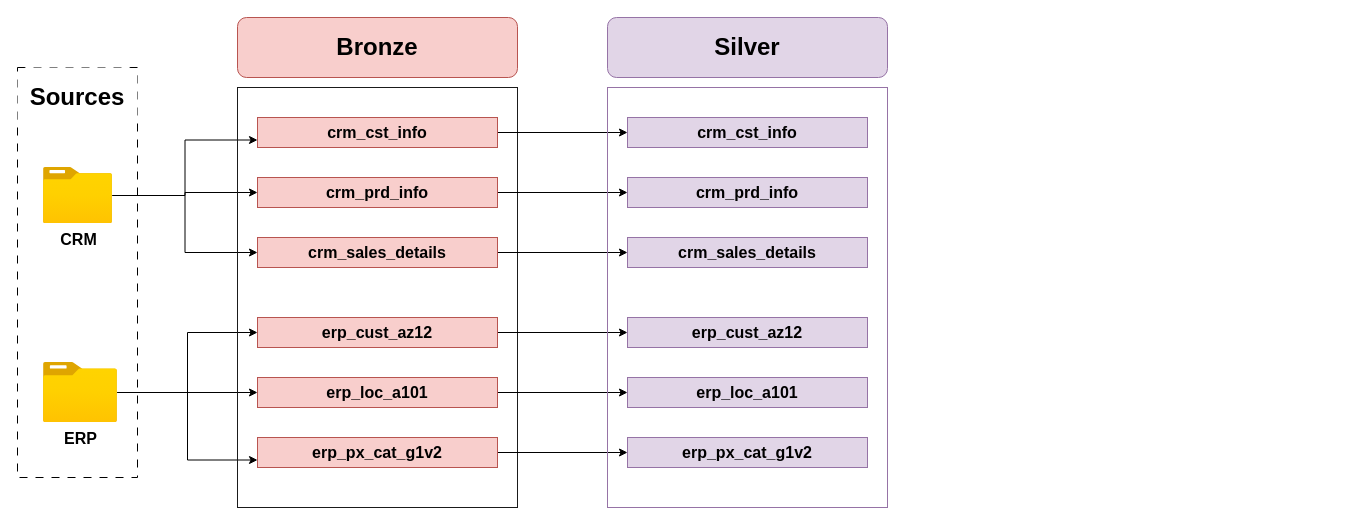
Above: Docs/Dataflow architecture.drawio in Rajshah296/SQL-Data-Warehouse-Project-Tutorial-By-Baraa (draw.io), before the change. Source tidied: cells renumbered, new cells numbered last; positions are measured from the earlier drawing's top-left corner, leaving out a move shared by most shapes. Both pictures are drawn from the tidied source at 100%, with x=0, y=0 at pixel (17, 17).
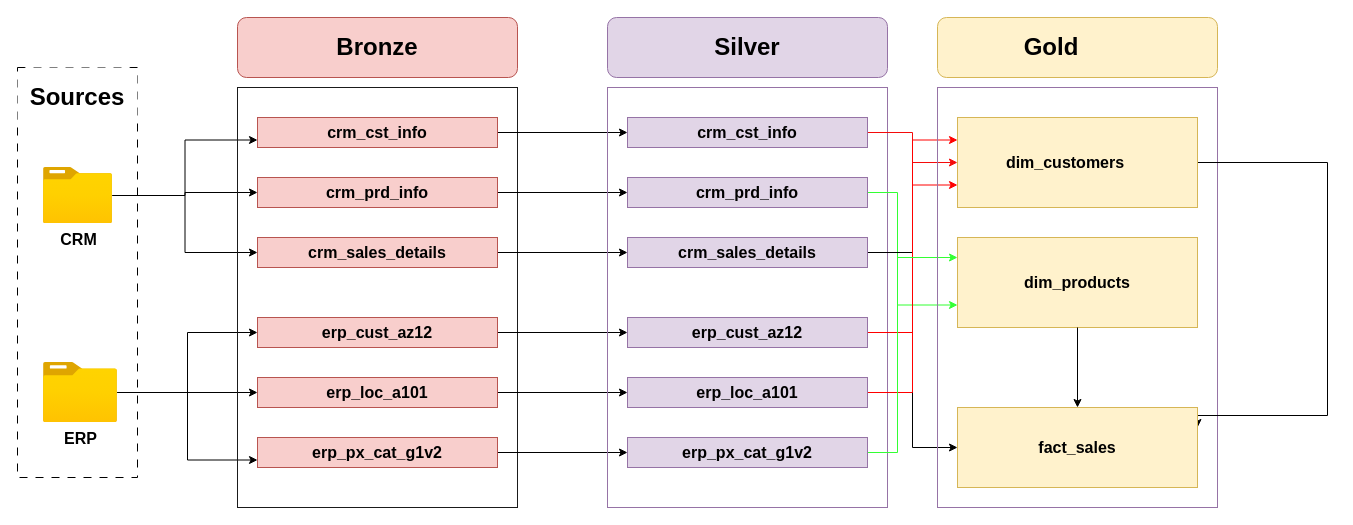
Above is the later version.

Commit message (it also covers changes not shown here):
scripts - created the gold layer views, docs - finalized the data model, created the data catalog, tests - performed data quality checks for the gold layer.

Unchanged cells that the change refers to:
```xml
<mxCell id="28" value="&lt;b&gt;&lt;font style=&quot;font-size: 16px;&quot;&gt;crm_cst_info&lt;/font&gt;&lt;/b&gt;" style="rounded=0;whiteSpace=wrap;html=1;fillColor=#e1d5e7;strokeColor=#9673a6;" parent="1" vertex="1">
  <mxGeometry x="610" y="100" width="240" height="30" as="geometry" />
</mxCell>
<mxCell id="29" value="&lt;b&gt;&lt;font style=&quot;font-size: 16px;&quot;&gt;crm_prd_info&lt;/font&gt;&lt;/b&gt;" style="rounded=0;whiteSpace=wrap;html=1;fillColor=#e1d5e7;strokeColor=#9673a6;" parent="1" vertex="1">
  <mxGeometry x="610" y="160" width="240" height="30" as="geometry" />
</mxCell>
<mxCell id="30" value="&lt;b&gt;&lt;font style=&quot;font-size: 16px;&quot;&gt;crm_sales_details&lt;/font&gt;&lt;/b&gt;" style="rounded=0;whiteSpace=wrap;html=1;fillColor=#e1d5e7;strokeColor=#9673a6;" parent="1" vertex="1">
  <mxGeometry x="610" y="220" width="240" height="30" as="geometry" />
</mxCell>
<mxCell id="31" value="&lt;b&gt;&lt;font style=&quot;font-size: 16px;&quot;&gt;erp_cust_az12&lt;/font&gt;&lt;/b&gt;" style="rounded=0;whiteSpace=wrap;html=1;fillColor=#e1d5e7;strokeColor=#9673a6;" parent="1" vertex="1">
  <mxGeometry x="610" y="300" width="240" height="30" as="geometry" />
</mxCell>
<mxCell id="32" value="&lt;b&gt;&lt;font style=&quot;font-size: 16px;&quot;&gt;erp_loc_a101&lt;/font&gt;&lt;/b&gt;" style="rounded=0;whiteSpace=wrap;html=1;fillColor=#e1d5e7;strokeColor=#9673a6;" parent="1" vertex="1">
  <mxGeometry x="610" y="360" width="240" height="30" as="geometry" />
</mxCell>
<mxCell id="33" value="&lt;b&gt;&lt;font style=&quot;font-size: 16px;&quot;&gt;erp_px_cat_g1v2&lt;/font&gt;&lt;/b&gt;" style="rounded=0;whiteSpace=wrap;html=1;fillColor=#e1d5e7;strokeColor=#9673a6;" parent="1" vertex="1">
  <mxGeometry x="610" y="420" width="240" height="30" as="geometry" />
</mxCell>
```

Change to the diagram source:
```diff
@@
+    <mxCell id="34" style="edgeStyle=orthogonalEdgeStyle;rounded=0;jettySize=auto;html=1;entryX=0;entryY=0.5;entryDx=0;entryDy=0;strokeColor=light-dark(#f40b0b, #ededed);" parent="1" edge="1" source="28" target="43">
+      <mxGeometry relative="1" as="geometry" />
+    </mxCell>
@@
+    <mxCell id="35" style="edgeStyle=orthogonalEdgeStyle;rounded=0;jettySize=auto;html=1;entryX=0;entryY=0.75;entryDx=0;entryDy=0;strokeColor=#33FF33;" parent="1" edge="1" source="29" target="45">
+      <mxGeometry relative="1" as="geometry">
+        <Array as="points">
+          <mxPoint x="880" y="175" />
+          <mxPoint x="880" y="288" />
+        </Array>
+      </mxGeometry>
+    </mxCell>
@@
+    <mxCell id="36" style="edgeStyle=orthogonalEdgeStyle;rounded=0;jettySize=auto;html=1;entryX=0;entryY=0.5;entryDx=0;entryDy=0;" parent="1" edge="1" source="30" target="44">
+      <mxGeometry relative="1" as="geometry" />
+    </mxCell>
@@
+    <mxCell id="37" style="edgeStyle=orthogonalEdgeStyle;rounded=0;jettySize=auto;html=1;entryX=0;entryY=0.75;entryDx=0;entryDy=0;strokeColor=#FF0000;" parent="1" edge="1" source="31" target="43">
+      <mxGeometry relative="1" as="geometry" />
+    </mxCell>
@@
+    <mxCell id="38" style="edgeStyle=orthogonalEdgeStyle;rounded=0;jettySize=auto;html=1;entryX=0;entryY=0.25;entryDx=0;entryDy=0;strokeColor=#FF0000;" parent="1" edge="1" source="32" target="43">
+      <mxGeometry relative="1" as="geometry" />
+    </mxCell>
@@
+    <mxCell id="39" style="edgeStyle=orthogonalEdgeStyle;rounded=0;jettySize=auto;html=1;strokeColor=#33FF33;" parent="1" edge="1" source="33">
+      <mxGeometry relative="1" as="geometry">
+        <mxPoint x="940" y="240" as="targetPoint" />
+        <Array as="points">
+          <mxPoint x="880" y="435" />
+          <mxPoint x="880" y="240" />
+        </Array>
+      </mxGeometry>
+    </mxCell>
@@
+    <mxCell id="40" style="rounded=0;whiteSpace=wrap;html=1;strokeColor=#9673a6;fillColor=none;" parent="1" vertex="1">
+      <mxGeometry x="920" y="70" width="280" height="420" as="geometry" />
+    </mxCell>
+    <mxCell id="41" value="&lt;b&gt;&lt;font style=&quot;font-size: 24px;&quot;&gt;Gold&lt;span style=&quot;white-space: pre;&quot;&gt;&#9;&lt;/span&gt;&lt;/font&gt;&lt;/b&gt;" style="rounded=1;whiteSpace=wrap;html=1;fillColor=#fff2cc;strokeColor=#d6b656;" parent="1" vertex="1">
+      <mxGeometry x="920" width="280" height="60" as="geometry" />
+    </mxCell>
+    <mxCell id="42" style="edgeStyle=orthogonalEdgeStyle;rounded=0;jettySize=auto;html=1;entryX=1;entryY=0.25;entryDx=0;entryDy=0;" parent="1" edge="1" source="43" target="44">
+      <mxGeometry relative="1" as="geometry">
+        <Array as="points">
+          <mxPoint x="1310" y="145" />
+          <mxPoint x="1310" y="398" />
+        </Array>
+      </mxGeometry>
+    </mxCell>
+    <mxCell id="43" value="&lt;b&gt;&lt;font style=&quot;font-size: 16px;&quot;&gt;dim_customers&lt;span style=&quot;white-space: pre;&quot;&gt;&#9;&lt;/span&gt;&lt;/font&gt;&lt;/b&gt;" style="rounded=0;whiteSpace=wrap;html=1;fillColor=#fff2cc;strokeColor=#d6b656;" parent="1" vertex="1">
+      <mxGeometry x="940" y="100" width="240" height="90" as="geometry" />
+    </mxCell>
+    <mxCell id="44" value="&lt;b&gt;&lt;font style=&quot;font-size: 16px;&quot;&gt;fact_sales&lt;/font&gt;&lt;/b&gt;" style="rounded=0;whiteSpace=wrap;html=1;fillColor=#fff2cc;strokeColor=#d6b656;" parent="1" vertex="1">
+      <mxGeometry x="940" y="390" width="240" height="80" as="geometry" />
+    </mxCell>
+    <mxCell id="45" value="&lt;span style=&quot;font-size: 16px;&quot;&gt;&lt;b&gt;dim_products&lt;/b&gt;&lt;/span&gt;" style="rounded=0;whiteSpace=wrap;html=1;fillColor=#fff2cc;strokeColor=#d6b656;" parent="1" vertex="1">
+      <mxGeometry x="940" y="220" width="240" height="90" as="geometry" />
+    </mxCell>
+    <mxCell id="46" style="edgeStyle=orthogonalEdgeStyle;rounded=0;jettySize=auto;html=1;entryX=0.5;entryY=0;entryDx=0;entryDy=0;" parent="1" edge="1" source="45" target="44">
+      <mxGeometry relative="1" as="geometry" />
+    </mxCell>
```
